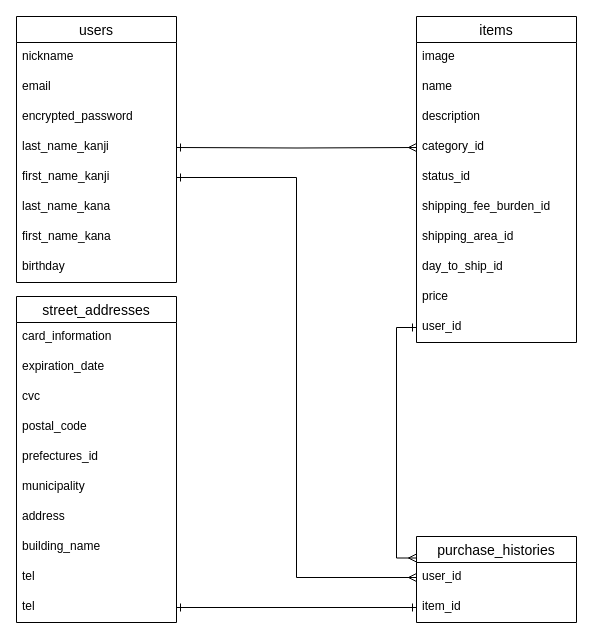
The draw.io diagram ER.dio in doshara1280/furima-34972, before the edit. Source tidied: cells renumbered, new cells numbered last; positions are measured from the earlier drawing's top-left corner, leaving out a move shared by most shapes. Both pictures are drawn from the tidied source at 100%, with x=0, y=0 at pixel (16, 16).
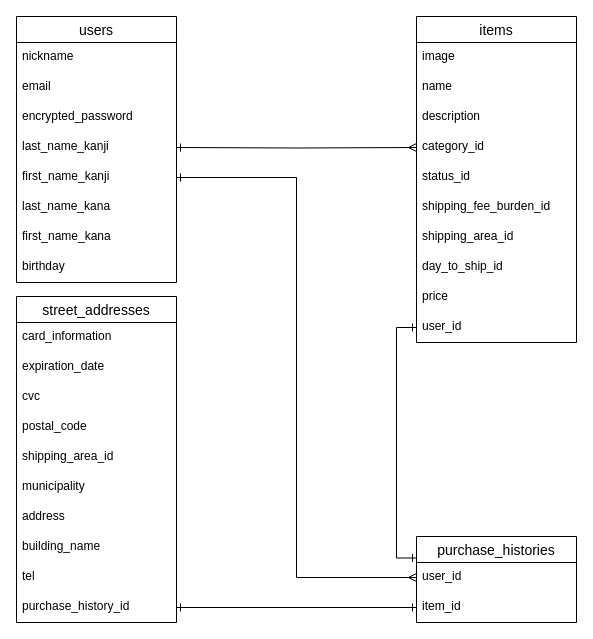
The same diagram, later.

Unchanged cells that the change refers to:
```xml
<mxCell id="21" value="user_id" style="text;strokeColor=none;fillColor=none;spacingLeft=4;spacingRight=4;overflow=hidden;points=[[0,0.5],[1,0.5]];portConstraint=eastwest;fontSize=12;" parent="11" vertex="1">
  <mxGeometry y="296" width="160" height="30" as="geometry" />
</mxCell>
<mxCell id="22" value="street_addresses" style="swimlane;fontStyle=0;horizontal=1;startSize=26;align=center;fontSize=14;" parent="1" vertex="1">
  <mxGeometry y="280" width="160" height="326" as="geometry" />
</mxCell>
<mxCell id="34" value="purchase_histories" style="swimlane;fontStyle=0;horizontal=1;startSize=26;align=center;fontSize=14;" parent="1" vertex="1">
  <mxGeometry x="400" y="520" width="160" height="86" as="geometry" />
</mxCell>
```

What changed in the source:
```diff
@@
-    <mxCell id="27" value="prefectures_id" style="text;strokeColor=none;fillColor=none;spacingLeft=4;spacingRight=4;overflow=hidden;fontSize=12;" parent="22" vertex="1">
+    <mxCell id="27" value="shipping_area_id" style="text;strokeColor=none;fillColor=none;spacingLeft=4;spacingRight=4;overflow=hidden;fontSize=12;" parent="22" vertex="1">
       <mxGeometry y="146" width="160" height="30" as="geometry" />
     </mxCell>
@@
-    <mxCell id="32" value="tel" style="text;strokeColor=none;fillColor=none;spacingLeft=4;spacingRight=4;overflow=hidden;points=[[0,0.5],[1,0.5]];portConstraint=eastwest;fontSize=12;" parent="22" vertex="1">
+    <mxCell id="32" value="purchase_history_id" style="text;strokeColor=none;fillColor=none;spacingLeft=4;spacingRight=4;overflow=hidden;points=[[0,0.5],[1,0.5]];portConstraint=eastwest;fontSize=12;" parent="22" vertex="1">
       <mxGeometry y="296" width="160" height="30" as="geometry" />
     </mxCell>
@@
-    <mxCell id="37" style="edgeStyle=orthogonalEdgeStyle;rounded=0;jettySize=auto;html=1;exitX=0;exitY=0.5;exitDx=0;exitDy=0;entryX=0;entryY=0.25;entryDx=0;entryDy=0;endArrow=ERmany;endFill=0;startArrow=ERone;startFill=0;" parent="1" edge="1" source="21" target="34">
+    <mxCell id="37" style="edgeStyle=orthogonalEdgeStyle;rounded=0;jettySize=auto;html=1;exitX=0;exitY=0.5;exitDx=0;exitDy=0;entryX=0;entryY=0.25;entryDx=0;entryDy=0;endArrow=ERone;endFill=0;startArrow=ERone;startFill=0;" parent="1" edge="1" source="21" target="34">
       <mxGeometry relative="1" as="geometry" />
     </mxCell>
```
